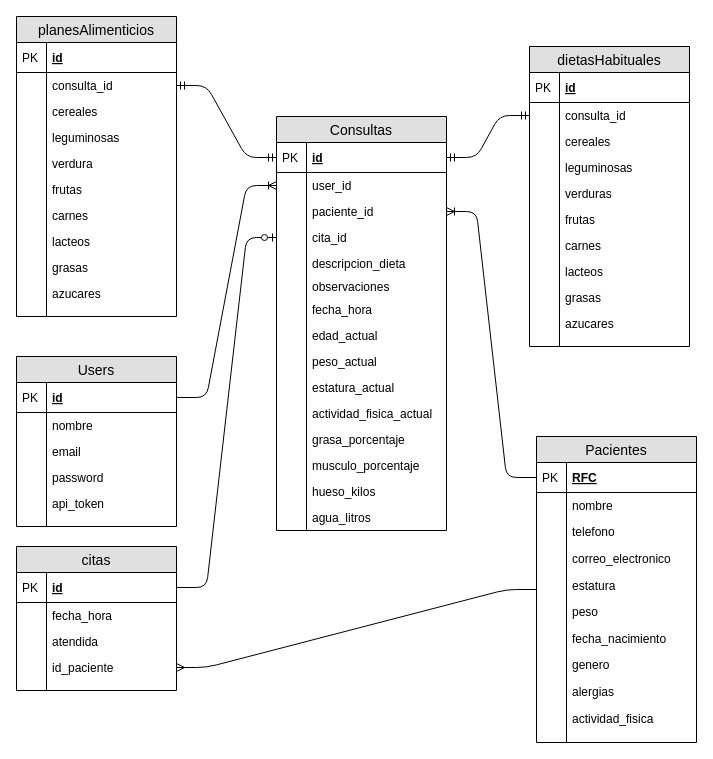
Before: baseDeDatosProyecto.drawio in elagabalus01/nutrikit, a draw.io diagram. Source tidied: cells renumbered, new cells numbered last; positions are measured from the earlier drawing's top-left corner, leaving out a move shared by most shapes. Both pictures are drawn from the tidied source at 100%, with x=0, y=0 at pixel (16, 16).
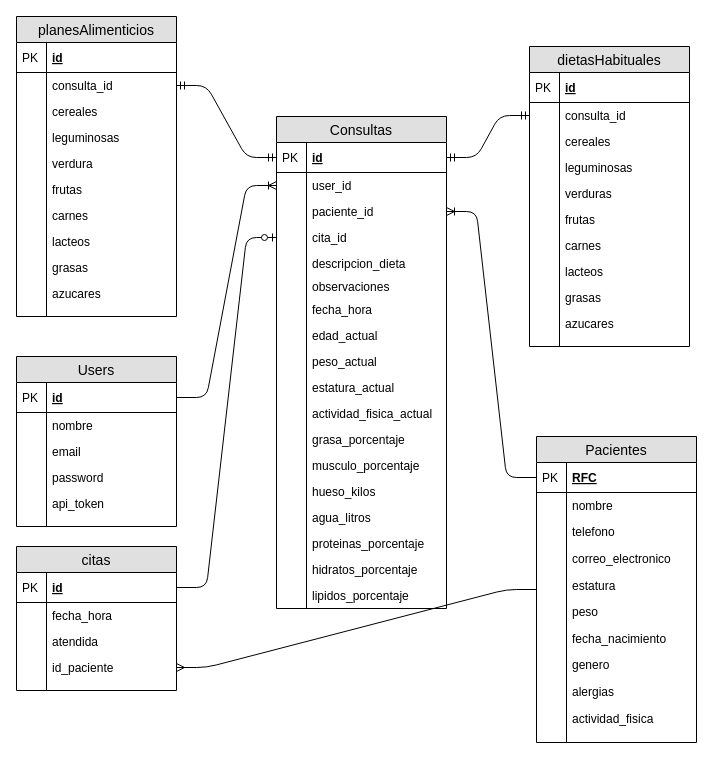
The same diagram, later.

Change to the diagram source:
```diff
@@
     <mxCell id="49" value="Consultas" style="swimlane;fontStyle=0;horizontal=1;startSize=26;fillColor=#e0e0e0;swimlaneFillColor=#ffffff;align=center;fontSize=14;" parent="1" vertex="1">
-      <mxGeometry x="260" y="100" width="170" height="414" as="geometry" />
+      <mxGeometry x="260" y="100" width="170" height="492" as="geometry" />
     </mxCell>
@@
+    <mxCell id="132" value="proteinas_porcentaje" style="shape=partialRectangle;top=0;left=0;right=0;bottom=0;align=left;verticalAlign=top;fillColor=none;spacingLeft=34;spacingRight=4;overflow=hidden;fontSize=12;" parent="49" vertex="1">
+      <mxGeometry y="414" width="170" height="26" as="geometry" />
+    </mxCell>
+    <mxCell id="133" style="shape=partialRectangle;top=0;left=0;bottom=0;fillColor=none;align=left;verticalAlign=top;spacingLeft=4;spacingRight=4;overflow=hidden;fontSize=12;" parent="132" vertex="1">
+      <mxGeometry width="30" height="26" as="geometry" />
+    </mxCell>
+    <mxCell id="134" value="hidratos_porcentaje" style="shape=partialRectangle;top=0;left=0;right=0;bottom=0;align=left;verticalAlign=top;fillColor=none;spacingLeft=34;spacingRight=4;overflow=hidden;fontSize=12;" parent="49" vertex="1">
+      <mxGeometry y="440" width="170" height="26" as="geometry" />
+    </mxCell>
+    <mxCell id="135" style="shape=partialRectangle;top=0;left=0;bottom=0;fillColor=none;align=left;verticalAlign=top;spacingLeft=4;spacingRight=4;overflow=hidden;fontSize=12;" parent="134" vertex="1">
+      <mxGeometry width="30" height="26" as="geometry" />
+    </mxCell>
+    <mxCell id="136" value="lipidos_porcentaje" style="shape=partialRectangle;top=0;left=0;right=0;bottom=0;align=left;verticalAlign=top;fillColor=none;spacingLeft=34;spacingRight=4;overflow=hidden;fontSize=12;" parent="49" vertex="1">
+      <mxGeometry y="466" width="170" height="26" as="geometry" />
+    </mxCell>
+    <mxCell id="137" style="shape=partialRectangle;top=0;left=0;bottom=0;fillColor=none;align=left;verticalAlign=top;spacingLeft=4;spacingRight=4;overflow=hidden;fontSize=12;" parent="136" vertex="1">
+      <mxGeometry width="30" height="26" as="geometry" />
+    </mxCell>
```
